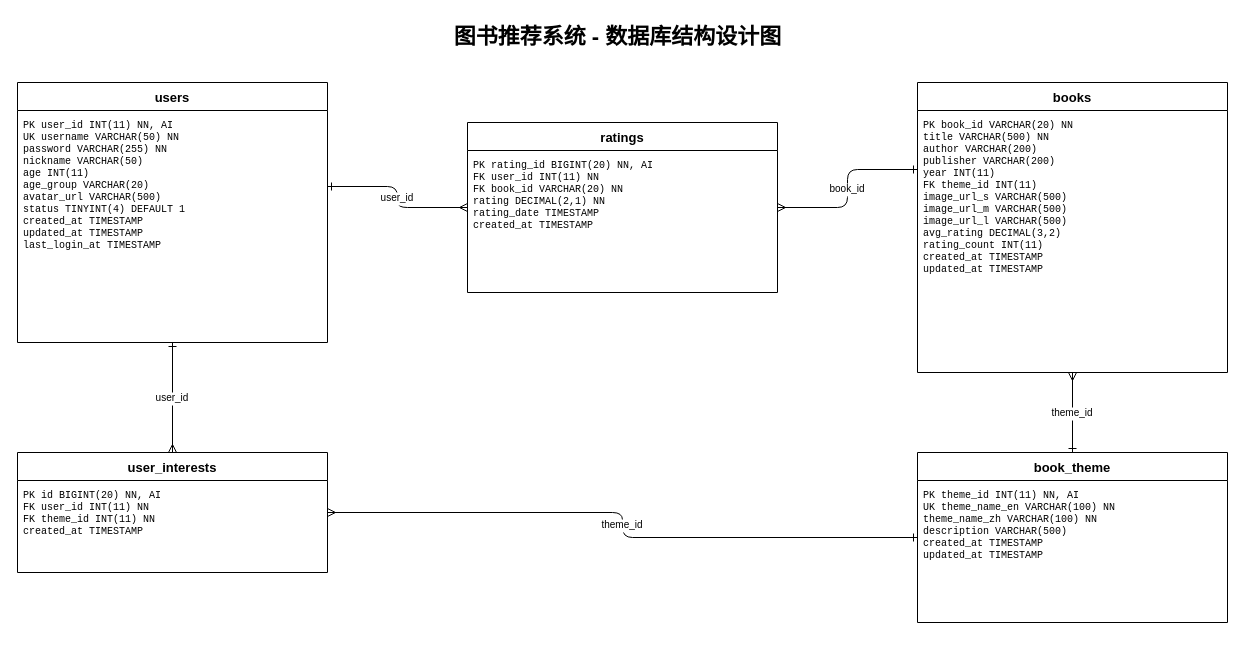
Before: docs/pic/er-diagram.drawio in CodeCodeUp/Books, a draw.io diagram. Source tidied: cells renumbered, new cells numbered last; positions are measured from the earlier drawing's top-left corner, leaving out a move shared by most shapes. Both pictures are drawn from the tidied source at 100%, with x=0, y=0 at pixel (17, 17).
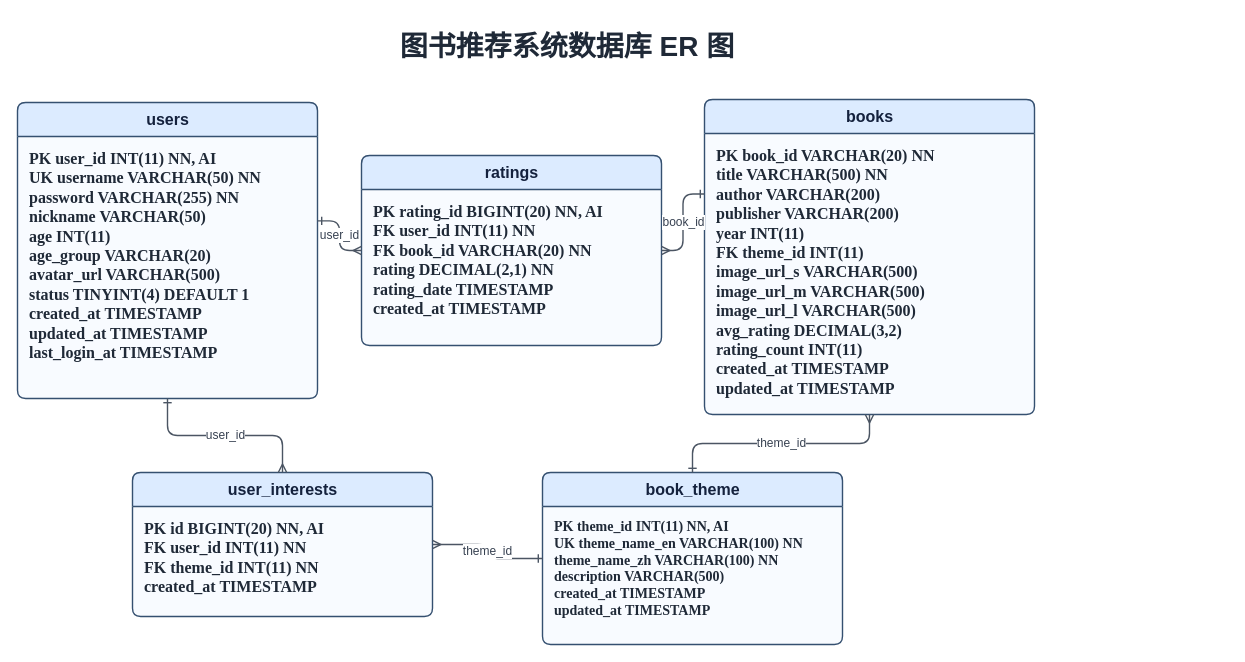
After the change.

Change to the diagram source:
```diff
@@
 <mxGraphModel>
   <root>
     <mxCell id="0" />
     <mxCell id="1" parent="0" />
-    <mxCell id="2" value="图书推荐系统 - 数据库结构设计图" style="text;html=1;fontSize=22;fontStyle=1;fontColor=#000000;align=center;" parent="1" vertex="1">
-      <mxGeometry x="300" width="600" height="40" as="geometry" />
+    <mxCell id="2" value="图书推荐系统数据库 ER 图" style="text;html=1;fontSize=28;fontStyle=1;fontColor=#1F2937;align=center;verticalAlign=middle;whiteSpace=wrap;" parent="1" vertex="1">
+      <mxGeometry x="280" y="5" width="540" height="48" as="geometry" />
     </mxCell>
-    <mxCell id="3" value="users" style="swimlane;fontStyle=1;startSize=28;fillColor=none;strokeColor=#000000;fontSize=13;align=center;" parent="1" vertex="1">
-      <mxGeometry y="65" width="310" height="260" as="geometry" />
+    <mxCell id="3" value="users" style="swimlane;fontStyle=1;startSize=34;rounded=1;arcSize=8;fillColor=#DCEBFF;swimlaneFillColor=#F8FBFF;strokeColor=#355070;strokeWidth=1.4;fontSize=16;fontColor=#14213D;align=center;html=1;" parent="1" vertex="1">
+      <mxGeometry y="85" width="300" height="296" as="geometry" />
     </mxCell>
-    <mxCell id="4" value="PK  user_id        INT(11)       NN, AI&#10;UK  username       VARCHAR(50)   NN&#10;    password       VARCHAR(255)  NN&#10;    nickname       VARCHAR(50)&#10;    age            INT(11)&#10;    age_group      VARCHAR(20)&#10;    avatar_url     VARCHAR(500)&#10;    status         TINYINT(4)    DEFAULT 1&#10;    created_at     TIMESTAMP&#10;    updated_at     TIMESTAMP&#10;    last_login_at  TIMESTAMP" style="text;fontSize=10;fontFamily=Courier New;align=left;verticalAlign=top;spacingTop=2;spacingLeft=4;fillColor=none;strokeColor=none;" parent="3" vertex="1">
-      <mxGeometry y="28" width="310" height="232" as="geometry" />
+    <mxCell id="4" value="&lt;font style=&quot;font-size: 16px;&quot; face=&quot;Times New Roman&quot;&gt;&lt;b&gt;PK  user_id        INT(11)       NN, AI&lt;br&gt;UK  username       VARCHAR(50)   NN&lt;br&gt;    password       VARCHAR(255)  NN&lt;br&gt;    nickname       VARCHAR(50)&lt;br&gt;    age            INT(11)&lt;br&gt;    age_group      VARCHAR(20)&lt;br&gt;    avatar_url     VARCHAR(500)&lt;br&gt;    status         TINYINT(4)    DEFAULT 1&lt;br&gt;    created_at     TIMESTAMP&lt;br&gt;    updated_at     TIMESTAMP&lt;br&gt;    last_login_at  TIMESTAMP&lt;/b&gt;&lt;/font&gt;" style="text;html=1;fontSize=12;fontFamily=Courier New;fontColor=#1F2937;align=left;verticalAlign=top;spacingTop=6;spacingLeft=10;fillColor=none;strokeColor=none;" parent="3" vertex="1">
+      <mxGeometry y="34" width="300" height="262" as="geometry" />
     </mxCell>
-    <mxCell id="5" value="ratings" style="swimlane;fontStyle=1;startSize=28;fillColor=none;strokeColor=#000000;fontSize=13;align=center;" parent="1" vertex="1">
-      <mxGeometry x="450" y="105" width="310" height="170" as="geometry" />
+    <mxCell id="5" value="ratings" style="swimlane;fontStyle=1;startSize=34;rounded=1;arcSize=8;fillColor=#DCEBFF;swimlaneFillColor=#F8FBFF;strokeColor=#355070;strokeWidth=1.4;fontSize=16;fontColor=#14213D;align=center;html=1;" parent="1" vertex="1">
+      <mxGeometry x="344" y="138" width="300" height="190" as="geometry" />
     </mxCell>
-    <mxCell id="6" value="PK  rating_id      BIGINT(20)    NN, AI&#10;FK  user_id        INT(11)       NN&#10;FK  book_id        VARCHAR(20)   NN&#10;    rating         DECIMAL(2,1)  NN&#10;    rating_date    TIMESTAMP&#10;    created_at     TIMESTAMP" style="text;fontSize=10;fontFamily=Courier New;align=left;verticalAlign=top;spacingTop=2;spacingLeft=4;fillColor=none;strokeColor=none;" parent="5" vertex="1">
-      <mxGeometry y="28" width="310" height="142" as="geometry" />
+    <mxCell id="6" value="&lt;font style=&quot;font-size: 16px;&quot; face=&quot;Times New Roman&quot;&gt;&lt;b&gt;PK  rating_id      BIGINT(20)    NN, AI&lt;br&gt;FK  user_id        INT(11)       NN&lt;br&gt;FK  book_id        VARCHAR(20)   NN&lt;br&gt;    rating         DECIMAL(2,1)  NN&lt;br&gt;    rating_date    TIMESTAMP&lt;br&gt;    created_at     TIMESTAMP&lt;/b&gt;&lt;/font&gt;" style="text;html=1;fontSize=12;fontFamily=Courier New;fontColor=#1F2937;align=left;verticalAlign=top;spacingTop=6;spacingLeft=10;fillColor=none;strokeColor=none;" parent="5" vertex="1">
+      <mxGeometry y="34" width="300" height="156" as="geometry" />
     </mxCell>
-    <mxCell id="7" value="books" style="swimlane;fontStyle=1;startSize=28;fillColor=none;strokeColor=#000000;fontSize=13;align=center;" parent="1" vertex="1">
-      <mxGeometry x="900" y="65" width="310" height="290" as="geometry" />
+    <mxCell id="7" value="books" style="swimlane;fontStyle=1;startSize=34;rounded=1;arcSize=8;fillColor=#DCEBFF;swimlaneFillColor=#F8FBFF;strokeColor=#355070;strokeWidth=1.4;fontSize=16;fontColor=#14213D;align=center;html=1;" parent="1" vertex="1">
+      <mxGeometry x="687" y="82" width="330" height="315" as="geometry" />
     </mxCell>
-    <mxCell id="8" value="PK  book_id        VARCHAR(20)   NN&#10;    title          VARCHAR(500)  NN&#10;    author         VARCHAR(200)&#10;    publisher      VARCHAR(200)&#10;    year           INT(11)&#10;FK  theme_id       INT(11)&#10;    image_url_s    VARCHAR(500)&#10;    image_url_m    VARCHAR(500)&#10;    image_url_l    VARCHAR(500)&#10;    avg_rating     DECIMAL(3,2)&#10;    rating_count   INT(11)&#10;    created_at     TIMESTAMP&#10;    updated_at     TIMESTAMP" style="text;fontSize=10;fontFamily=Courier New;align=left;verticalAlign=top;spacingTop=2;spacingLeft=4;fillColor=none;strokeColor=none;" parent="7" vertex="1">
-      <mxGeometry y="28" width="310" height="262" as="geometry" />
+    <mxCell id="8" value="&lt;font face=&quot;Times New Roman&quot; style=&quot;font-size: 16px;&quot;&gt;&lt;b&gt;PK  book_id        VARCHAR(20)   NN&lt;br&gt;    title          VARCHAR(500)  NN&lt;br&gt;    author         VARCHAR(200)&lt;br&gt;    publisher      VARCHAR(200)&lt;br&gt;    year           INT(11)&lt;br&gt;FK  theme_id       INT(11)&lt;br&gt;    image_url_s    VARCHAR(500)&lt;br&gt;    image_url_m    VARCHAR(500)&lt;br&gt;    image_url_l    VARCHAR(500)&lt;br&gt;    avg_rating     DECIMAL(3,2)&lt;br&gt;    rating_count   INT(11)&lt;br&gt;    created_at     TIMESTAMP&lt;br&gt;    updated_at     TIMESTAMP&lt;/b&gt;&lt;/font&gt;" style="text;html=1;fontSize=12;fontFamily=Courier New;fontColor=#1F2937;align=left;verticalAlign=top;spacingTop=6;spacingLeft=10;fillColor=none;strokeColor=none;" parent="7" vertex="1">
+      <mxGeometry y="34" width="330" height="312" as="geometry" />
     </mxCell>
-    <mxCell id="9" value="user_interests" style="swimlane;fontStyle=1;startSize=28;fillColor=none;strokeColor=#000000;fontSize=13;align=center;" parent="1" vertex="1">
-      <mxGeometry y="435" width="310" height="120" as="geometry" />
+    <mxCell id="9" value="user_interests" style="swimlane;fontStyle=1;startSize=34;rounded=1;arcSize=8;fillColor=#DCEBFF;swimlaneFillColor=#F8FBFF;strokeColor=#355070;strokeWidth=1.4;fontSize=16;fontColor=#14213D;align=center;html=1;" parent="1" vertex="1">
+      <mxGeometry x="115" y="455" width="300" height="144" as="geometry" />
     </mxCell>
-    <mxCell id="10" value="PK  id             BIGINT(20)    NN, AI&#10;FK  user_id        INT(11)       NN&#10;FK  theme_id       INT(11)       NN&#10;    created_at     TIMESTAMP" style="text;fontSize=10;fontFamily=Courier New;align=left;verticalAlign=top;spacingTop=2;spacingLeft=4;fillColor=none;strokeColor=none;" parent="9" vertex="1">
-      <mxGeometry y="28" width="310" height="92" as="geometry" />
+    <mxCell id="10" value="&lt;font style=&quot;font-size: 16px;&quot; face=&quot;Times New Roman&quot;&gt;&lt;b&gt;PK  id             BIGINT(20)    NN, AI&lt;br&gt;FK  user_id        INT(11)       NN&lt;br&gt;FK  theme_id       INT(11)       NN&lt;br&gt;    created_at     TIMESTAMP&lt;/b&gt;&lt;/font&gt;" style="text;html=1;fontSize=12;fontFamily=Courier New;fontColor=#1F2937;align=left;verticalAlign=top;spacingTop=6;spacingLeft=10;fillColor=none;strokeColor=none;" parent="9" vertex="1">
+      <mxGeometry y="34" width="300" height="110" as="geometry" />
     </mxCell>
-    <mxCell id="11" value="book_theme" style="swimlane;fontStyle=1;startSize=28;fillColor=none;strokeColor=#000000;fontSize=13;align=center;" parent="1" vertex="1">
-      <mxGeometry x="900" y="435" width="310" height="170" as="geometry" />
+    <mxCell id="11" value="book_theme" style="swimlane;fontStyle=1;startSize=34;rounded=1;arcSize=8;fillColor=#DCEBFF;swimlaneFillColor=#F8FBFF;strokeColor=#355070;strokeWidth=1.4;fontSize=16;fontColor=#14213D;align=center;html=1;" parent="1" vertex="1">
+      <mxGeometry x="525" y="455" width="300" height="172" as="geometry" />
     </mxCell>
-    <mxCell id="12" value="PK  theme_id       INT(11)       NN, AI&#10;UK  theme_name_en  VARCHAR(100)  NN&#10;    theme_name_zh  VARCHAR(100)  NN&#10;    description    VARCHAR(500)&#10;    created_at     TIMESTAMP&#10;    updated_at     TIMESTAMP" style="text;fontSize=10;fontFamily=Courier New;align=left;verticalAlign=top;spacingTop=2;spacingLeft=4;fillColor=none;strokeColor=none;" parent="11" vertex="1">
-      <mxGeometry y="28" width="310" height="142" as="geometry" />
+    <mxCell id="12" value="&lt;font style=&quot;font-size: 14px;&quot; face=&quot;Times New Roman&quot;&gt;&lt;b style=&quot;&quot;&gt;PK  theme_id       INT(11)       NN, AI&lt;br&gt;UK  theme_name_en  VARCHAR(100)  NN&lt;br&gt;    theme_name_zh  VARCHAR(100)  NN&lt;br&gt;    description    VARCHAR(500)&lt;br&gt;    created_at     TIMESTAMP&lt;br&gt;    updated_at     TIMESTAMP&lt;/b&gt;&lt;/font&gt;" style="text;html=1;fontSize=12;fontFamily=Courier New;fontColor=#1F2937;align=left;verticalAlign=top;spacingTop=6;spacingLeft=10;fillColor=none;strokeColor=none;" parent="11" vertex="1">
+      <mxGeometry y="34" width="300" height="130" as="geometry" />
     </mxCell>
-    <mxCell id="13" value="user_id" style="edgeStyle=orthogonalEdgeStyle;rounded=1;strokeColor=#000000;startArrow=ERone;startFill=0;endArrow=ERmany;endFill=0;fontSize=10;exitX=1;exitY=0.4;entryX=0;entryY=0.5;" parent="1" edge="1" source="3" target="5">
+    <mxCell id="13" value="user_id" style="edgeStyle=orthogonalEdgeStyle;rounded=1;strokeColor=#4B5563;strokeWidth=1.4;startArrow=ERone;startFill=0;endArrow=ERmany;endFill=0;fontSize=12;fontColor=#374151;labelBackgroundColor=#FFFFFF;jettySize=auto;html=1;exitX=1;exitY=0.4;entryX=0;entryY=0.5;" parent="1" edge="1" source="3" target="5">
       <mxGeometry relative="1" as="geometry" />
     </mxCell>
-    <mxCell id="14" value="book_id" style="edgeStyle=orthogonalEdgeStyle;rounded=1;strokeColor=#000000;startArrow=ERone;startFill=0;endArrow=ERmany;endFill=0;fontSize=10;exitX=0;exitY=0.3;entryX=1;entryY=0.5;" parent="1" edge="1" source="7" target="5">
+    <mxCell id="14" value="book_id" style="edgeStyle=orthogonalEdgeStyle;rounded=1;strokeColor=#4B5563;strokeWidth=1.4;startArrow=ERone;startFill=0;endArrow=ERmany;endFill=0;fontSize=12;fontColor=#374151;labelBackgroundColor=#FFFFFF;jettySize=auto;html=1;exitX=0;exitY=0.3;entryX=1;entryY=0.5;" parent="1" edge="1" source="7" target="5">
       <mxGeometry relative="1" as="geometry" />
     </mxCell>
-    <mxCell id="15" value="theme_id" style="edgeStyle=orthogonalEdgeStyle;rounded=1;strokeColor=#000000;startArrow=ERone;startFill=0;endArrow=ERmany;endFill=0;fontSize=10;exitX=0.5;exitY=0;entryX=0.5;entryY=1;" parent="1" edge="1" source="11" target="7">
+    <mxCell id="15" value="theme_id" style="edgeStyle=orthogonalEdgeStyle;rounded=1;strokeColor=#4B5563;strokeWidth=1.4;startArrow=ERone;startFill=0;endArrow=ERmany;endFill=0;fontSize=12;fontColor=#374151;labelBackgroundColor=#FFFFFF;jettySize=auto;html=1;exitX=0.5;exitY=0;entryX=0.5;entryY=1;" parent="1" edge="1" source="11" target="7">
       <mxGeometry relative="1" as="geometry" />
     </mxCell>
-    <mxCell id="16" value="user_id" style="edgeStyle=orthogonalEdgeStyle;rounded=1;strokeColor=#000000;startArrow=ERone;startFill=0;endArrow=ERmany;endFill=0;fontSize=10;exitX=0.5;exitY=1;entryX=0.5;entryY=0;" parent="1" edge="1" source="3" target="9">
+    <mxCell id="16" value="user_id" style="edgeStyle=orthogonalEdgeStyle;rounded=1;strokeColor=#4B5563;strokeWidth=1.4;startArrow=ERone;startFill=0;endArrow=ERmany;endFill=0;fontSize=12;fontColor=#374151;labelBackgroundColor=#FFFFFF;jettySize=auto;html=1;exitX=0.5;exitY=1;entryX=0.5;entryY=0;" parent="1" edge="1" source="3" target="9">
       <mxGeometry relative="1" as="geometry" />
     </mxCell>
-    <mxCell id="17" value="theme_id" style="edgeStyle=orthogonalEdgeStyle;rounded=1;strokeColor=#000000;startArrow=ERone;startFill=0;endArrow=ERmany;endFill=0;fontSize=10;exitX=0;exitY=0.5;entryX=1;entryY=0.5;" parent="1" edge="1" source="11" target="9">
+    <mxCell id="17" value="theme_id" style="edgeStyle=orthogonalEdgeStyle;rounded=1;strokeColor=#4B5563;strokeWidth=1.4;startArrow=ERone;startFill=0;endArrow=ERmany;endFill=0;fontSize=12;fontColor=#374151;labelBackgroundColor=#FFFFFF;jettySize=auto;html=1;exitX=0;exitY=0.5;entryX=1;entryY=0.5;" parent="1" edge="1" source="11" target="9">
       <mxGeometry relative="1" as="geometry" />
     </mxCell>
   </root>
 </mxGraphModel>
```
